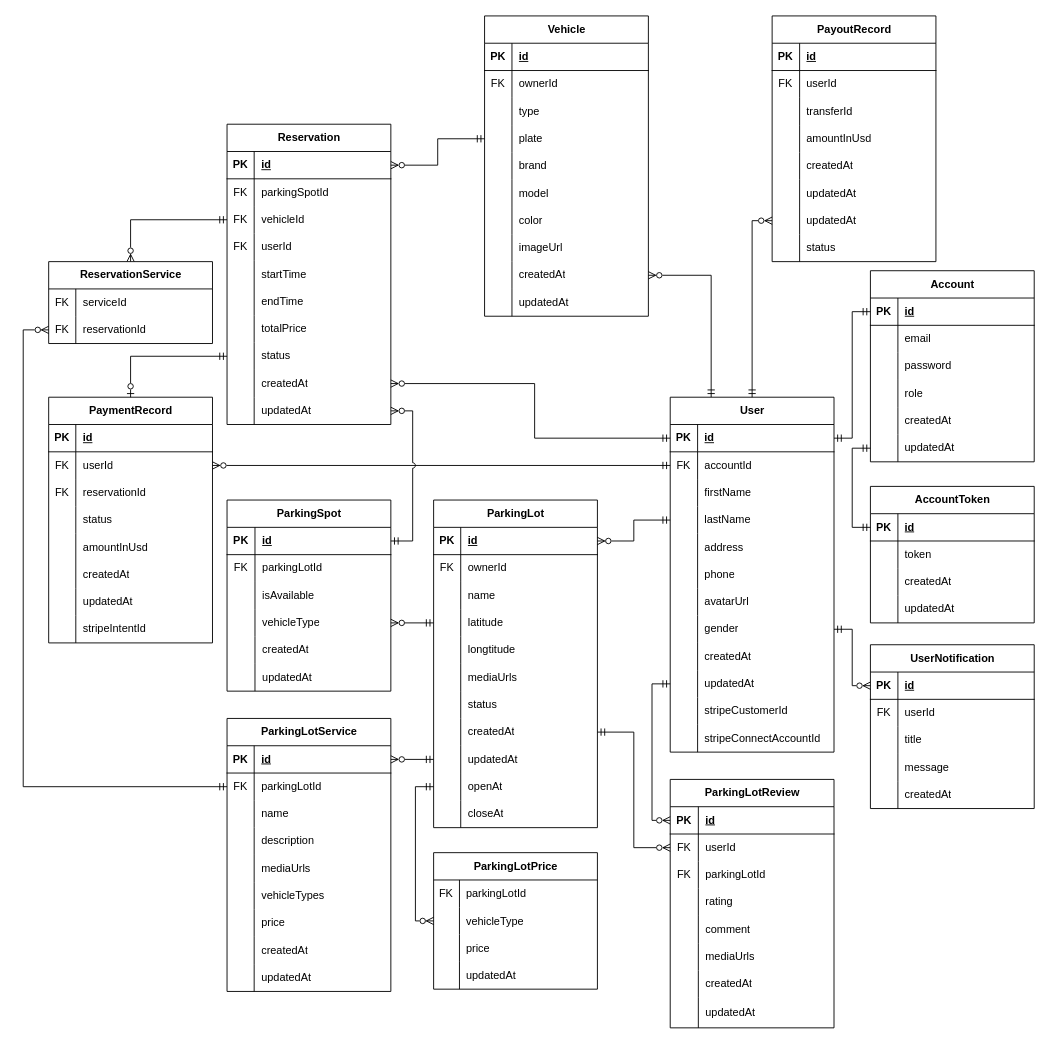
Above: page "DB" (1 of 13) of MicroServiceProject/ParkNexus.drawio in vclong2003/ParkingApp-microservices (draw.io), before the change. Source tidied: cells renumbered, new cells numbered last; positions are measured from the earlier drawing's top-left corner, leaving out a move shared by most shapes. Both pictures are drawn from the tidied source at 91%, with x=0, y=0 at pixel (23, 15).
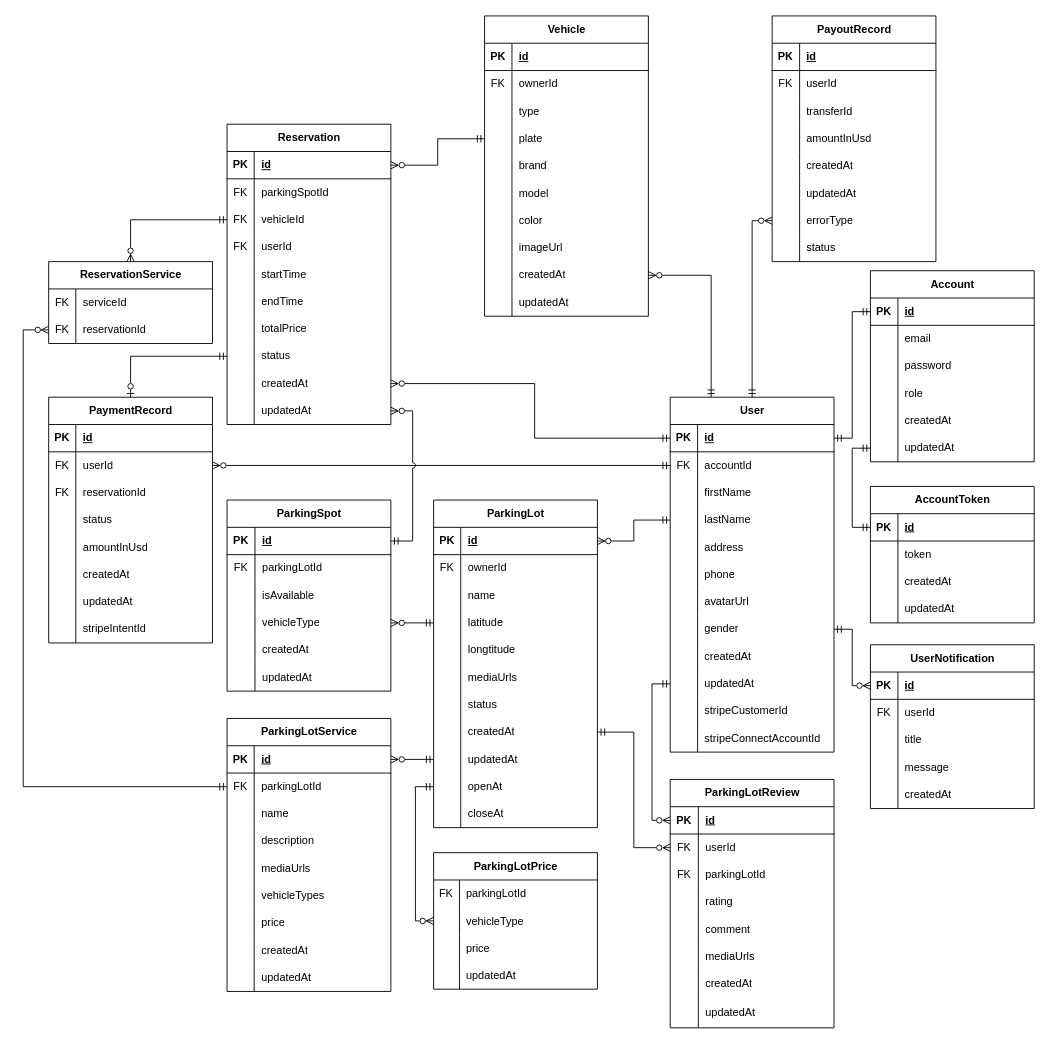
Above is the later version.

Unchanged cells that the change refers to:
```xml
<mxCell id="336" style="shape=tableRow;horizontal=0;startSize=0;swimlaneHead=0;swimlaneBody=0;fillColor=none;points=[[0,0.5],[1,0.5]];portConstraint=eastwest;top=0;left=0;right=0;bottom=0;" parent="317" vertex="1">
  <mxGeometry y="210" width="180" height="30" as="geometry" />
</mxCell>
```

The edit, as a diff of the source:
```diff
@@
-    <mxCell id="338" value="updatedAt" style="shape=partialRectangle;fillColor=none;top=0;left=0;bottom=0;right=0;align=left;spacingLeft=6;overflow=hidden;whiteSpace=wrap;html=1;" parent="336" vertex="1">
+    <mxCell id="338" value="errorType" style="shape=partialRectangle;fillColor=none;top=0;left=0;bottom=0;right=0;align=left;spacingLeft=6;overflow=hidden;whiteSpace=wrap;html=1;" parent="336" vertex="1">
       <mxGeometry x="30.2" width="149.8" height="30" as="geometry" />
     </mxCell>
```
